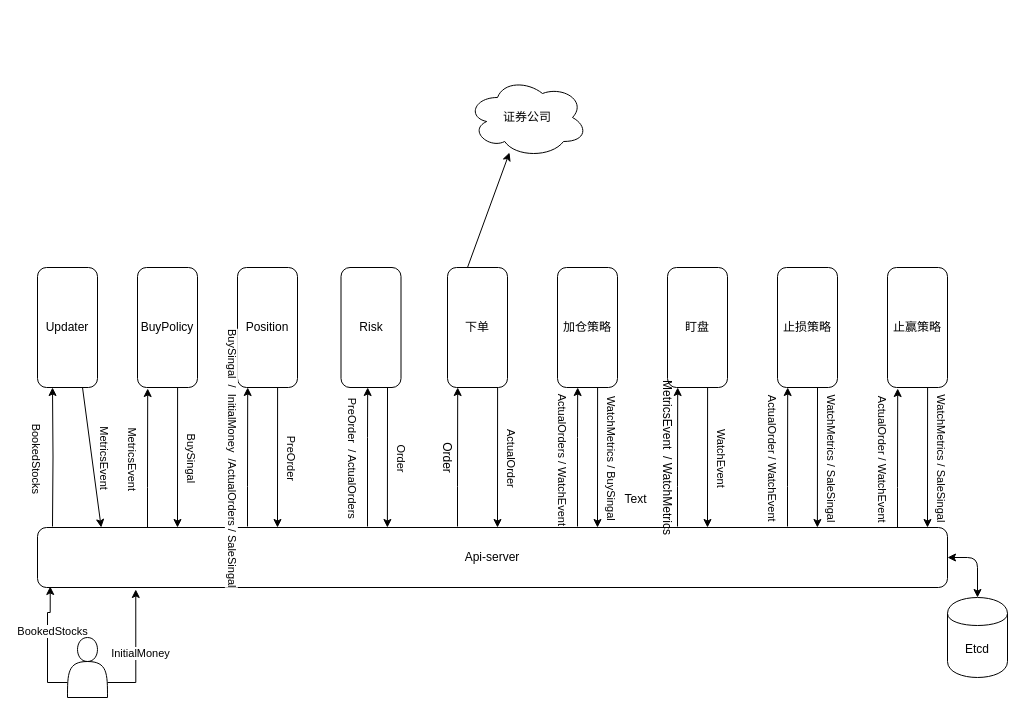
Above: b.drawio in charlesren/eagle (draw.io), before the change. Source tidied: cells renumbered, new cells numbered last; positions are measured from the earlier drawing's top-left corner, leaving out a move shared by most shapes. Both pictures are drawn from the tidied source at 100%, with x=0, y=0 at pixel (37, 77).
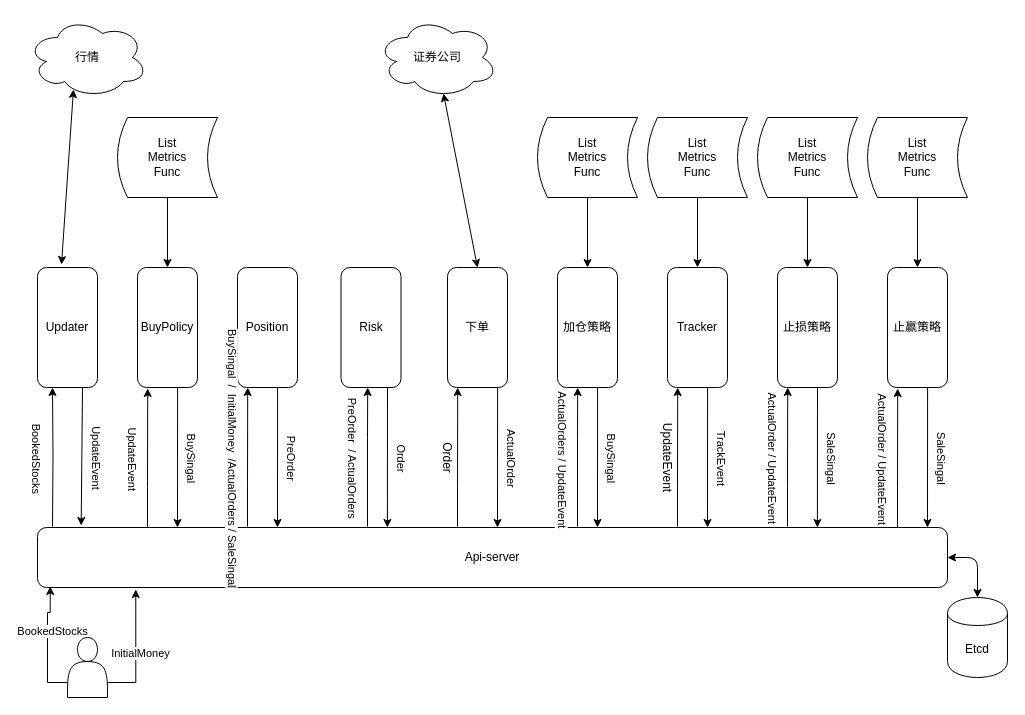
After the change.

The change refers to these unchanged cells:
```xml
<mxCell id="2" value="Updater" style="rounded=1;whiteSpace=wrap;html=1;direction=south;" parent="1" vertex="1">
  <mxGeometry y="190" width="60" height="120" as="geometry" />
</mxCell>
<mxCell id="3" value="BuyPolicy" style="rounded=1;whiteSpace=wrap;html=1;direction=south;" parent="1" vertex="1">
  <mxGeometry x="100" y="190" width="60" height="120" as="geometry" />
</mxCell>
<mxCell id="12" value="Api-server" style="rounded=1;whiteSpace=wrap;html=1;" parent="1" vertex="1">
  <mxGeometry y="450" width="910" height="60" as="geometry" />
</mxCell>
<mxCell id="18" style="edgeStyle=orthogonalEdgeStyle;rounded=0;orthogonalLoop=1;jettySize=auto;html=1;exitX=0.042;exitY=-0.017;exitDx=0;exitDy=0;entryX=1;entryY=0.75;entryDx=0;entryDy=0;exitPerimeter=0;" parent="1" edge="1">
  <mxGeometry relative="1" as="geometry">
    <mxPoint x="110" y="450" as="sourcePoint" />
    <mxPoint x="110.2" y="311" as="targetPoint" />
    <Array as="points">
      <mxPoint x="110" y="410" />
      <mxPoint x="110" y="410" />
    </Array>
  </mxGeometry>
</mxCell>
<mxCell id="30" value="下单" style="rounded=1;whiteSpace=wrap;html=1;direction=south;" parent="1" vertex="1">
  <mxGeometry x="410" y="190" width="60" height="120" as="geometry" />
</mxCell>
<mxCell id="37" value="止赢策略" style="rounded=1;whiteSpace=wrap;html=1;direction=south;" parent="1" vertex="1">
  <mxGeometry x="850" y="190" width="60" height="120" as="geometry" />
</mxCell>
<mxCell id="39" value="止损策略" style="rounded=1;whiteSpace=wrap;html=1;direction=south;" parent="1" vertex="1">
  <mxGeometry x="740" y="190" width="60" height="120" as="geometry" />
</mxCell>
<mxCell id="40" value="加仓策略" style="rounded=1;whiteSpace=wrap;html=1;direction=south;" parent="1" vertex="1">
  <mxGeometry x="520" y="190" width="60" height="120" as="geometry" />
</mxCell>
<mxCell id="41" style="edgeStyle=orthogonalEdgeStyle;rounded=0;orthogonalLoop=1;jettySize=auto;html=1;exitX=0.042;exitY=-0.017;exitDx=0;exitDy=0;entryX=1;entryY=0.75;entryDx=0;entryDy=0;exitPerimeter=0;" parent="1" edge="1">
  <mxGeometry relative="1" as="geometry">
    <mxPoint x="540" y="449" as="sourcePoint" />
    <mxPoint x="540.2" y="310" as="targetPoint" />
    <Array as="points">
      <mxPoint x="540" y="360" />
      <mxPoint x="540" y="360" />
    </Array>
  </mxGeometry>
</mxCell>
<mxCell id="43" style="endArrow=classic;html=1;exitX=1;exitY=0.25;exitDx=0;exitDy=0;entryX=0.093;entryY=0;entryDx=0;entryDy=0;entryPerimeter=0;" parent="1" edge="1">
  <mxGeometry relative="1" as="geometry">
    <mxPoint x="560.1" y="310" as="sourcePoint" />
    <mxPoint x="560" y="450" as="targetPoint" />
  </mxGeometry>
</mxCell>
<mxCell id="47" style="endArrow=classic;html=1;exitX=1;exitY=0.25;exitDx=0;exitDy=0;entryX=0.093;entryY=0;entryDx=0;entryDy=0;entryPerimeter=0;" parent="1" edge="1">
  <mxGeometry relative="1" as="geometry">
    <mxPoint x="670.1" y="310" as="sourcePoint" />
    <mxPoint x="670" y="450" as="targetPoint" />
  </mxGeometry>
</mxCell>
<mxCell id="50" style="edgeStyle=orthogonalEdgeStyle;rounded=0;orthogonalLoop=1;jettySize=auto;html=1;exitX=0.042;exitY=-0.017;exitDx=0;exitDy=0;entryX=1;entryY=0.75;entryDx=0;entryDy=0;exitPerimeter=0;" parent="1" edge="1">
  <mxGeometry relative="1" as="geometry">
    <mxPoint x="750" y="449" as="sourcePoint" />
    <mxPoint x="750.2" y="310" as="targetPoint" />
    <Array as="points">
      <mxPoint x="750" y="409" />
      <mxPoint x="750" y="409" />
    </Array>
  </mxGeometry>
</mxCell>
<mxCell id="52" style="endArrow=classic;html=1;exitX=1;exitY=0.25;exitDx=0;exitDy=0;entryX=0.093;entryY=0;entryDx=0;entryDy=0;entryPerimeter=0;" parent="1" edge="1">
  <mxGeometry relative="1" as="geometry">
    <mxPoint x="780" y="310" as="sourcePoint" />
    <mxPoint x="779.9" y="450" as="targetPoint" />
  </mxGeometry>
</mxCell>
<mxCell id="54" style="edgeStyle=orthogonalEdgeStyle;rounded=0;orthogonalLoop=1;jettySize=auto;html=1;exitX=0.042;exitY=-0.017;exitDx=0;exitDy=0;entryX=1;entryY=0.75;entryDx=0;entryDy=0;exitPerimeter=0;" parent="1" edge="1">
  <mxGeometry relative="1" as="geometry">
    <mxPoint x="860" y="450" as="sourcePoint" />
    <mxPoint x="860.2" y="311" as="targetPoint" />
    <Array as="points">
      <mxPoint x="860" y="410" />
      <mxPoint x="860" y="410" />
    </Array>
  </mxGeometry>
</mxCell>
<mxCell id="56" style="endArrow=classic;html=1;exitX=1;exitY=0.25;exitDx=0;exitDy=0;entryX=0.093;entryY=0;entryDx=0;entryDy=0;entryPerimeter=0;" parent="1" edge="1">
  <mxGeometry relative="1" as="geometry">
    <mxPoint x="890.1" y="310" as="sourcePoint" />
    <mxPoint x="890" y="450" as="targetPoint" />
  </mxGeometry>
</mxCell>
```

The edit, as a diff of the source:
```diff
@@
-    <mxCell id="16" style="endArrow=classic;html=1;exitX=1;exitY=0.25;exitDx=0;exitDy=0;entryX=0.07;entryY=0;entryDx=0;entryDy=0;entryPerimeter=0;" parent="1" edge="1" source="2" target="12">
+    <mxCell id="16" style="endArrow=classic;html=1;exitX=1;exitY=0.25;exitDx=0;exitDy=0;entryX=0.048;entryY=-0.033;entryDx=0;entryDy=0;entryPerimeter=0;" parent="1" edge="1" source="2" target="12">
       <mxGeometry relative="1" as="geometry" />
     </mxCell>
-    <mxCell id="17" value="MetricsEvent" style="edgeLabel;html=1;align=center;verticalAlign=middle;rotation=90;" parent="16" vertex="1">
+    <mxCell id="17" value="UpdateEvent" style="edgeLabel;html=1;align=center;verticalAlign=middle;rotation=90;" parent="16" vertex="1">
       <mxGeometry x="-0.18" y="1" relative="1" as="geometry">
         <mxPoint x="14.1" y="13" as="offset" />
       </mxGeometry>
     </mxCell>
@@
-    <mxCell id="19" value="MetricsEvent" style="edgeLabel;html=1;align=center;verticalAlign=middle;rotation=90;" parent="18" vertex="1">
+    <mxCell id="19" value="UpdateEvent" style="edgeLabel;html=1;align=center;verticalAlign=middle;rotation=90;" parent="18" vertex="1">
       <mxGeometry x="0.02" y="-1" relative="1" as="geometry">
         <mxPoint x="-16" y="1.8" as="offset" />
       </mxGeometry>
     </mxCell>
@@
     <mxCell id="33" value="证券公司" style="ellipse;shape=cloud;whiteSpace=wrap;html=1;" parent="1" vertex="1">
-      <mxGeometry x="430" width="120" height="80" as="geometry" />
+      <mxGeometry x="340" y="-60" width="120" height="80" as="geometry" />
     </mxCell>
-    <mxCell id="34" style="endArrow=classic;html=1;entryX=0.35;entryY=0.938;entryDx=0;entryDy=0;entryPerimeter=0;" parent="1" edge="1" target="33">
-      <mxGeometry relative="1" as="geometry">
-        <mxPoint x="430" y="190" as="sourcePoint" />
-      </mxGeometry>
-    </mxCell>
@@
-    <mxCell id="38" value="盯盘" style="rounded=1;whiteSpace=wrap;html=1;direction=south;" parent="1" vertex="1">
+    <mxCell id="38" value="Tracker" style="rounded=1;whiteSpace=wrap;html=1;direction=south;" parent="1" vertex="1">
       <mxGeometry x="630" y="190" width="60" height="120" as="geometry" />
     </mxCell>
@@
-    <mxCell id="42" value="&amp;nbsp;ActualOrders / WatchEvent" style="edgeLabel;html=1;align=center;verticalAlign=middle;rotation=90;" parent="41" vertex="1">
+    <mxCell id="42" value="&amp;nbsp;ActualOrders / UpdateEvent" style="edgeLabel;html=1;align=center;verticalAlign=middle;rotation=90;" parent="41" vertex="1">
       <mxGeometry x="0.02" y="-1" relative="1" as="geometry">
         <mxPoint x="-16" y="1.8" as="offset" />
       </mxGeometry>
     </mxCell>
@@
-    <mxCell id="44" value="WatchMetrics / BuySingal" style="edgeLabel;html=1;align=center;verticalAlign=middle;rotation=90;" parent="43" vertex="1">
+    <mxCell id="44" value="BuySingal" style="edgeLabel;html=1;align=center;verticalAlign=middle;rotation=90;" parent="43" vertex="1">
       <mxGeometry x="-0.18" y="1" relative="1" as="geometry">
         <mxPoint x="14.1" y="13" as="offset" />
       </mxGeometry>
     </mxCell>
@@
-    <mxCell id="46" value="MetricsEvent&amp;nbsp; / WatchMetrics" style="text;html=1;align=center;verticalAlign=middle;rotation=90;" parent="1" vertex="1">
-      <mxGeometry x="545" y="370" width="170" height="20" as="geometry" />
+    <mxCell id="46" value="UpdateEvent" style="text;html=1;align=center;verticalAlign=middle;rotation=90;" parent="1" vertex="1">
+      <mxGeometry x="590" y="370" width="80" height="20" as="geometry" />
     </mxCell>
@@
-    <mxCell id="48" value="WatchEvent" style="edgeLabel;html=1;align=center;verticalAlign=middle;rotation=90;" parent="47" vertex="1">
+    <mxCell id="48" value="TrackEvent" style="edgeLabel;html=1;align=center;verticalAlign=middle;rotation=90;" parent="47" vertex="1">
       <mxGeometry x="-0.18" y="1" relative="1" as="geometry">
         <mxPoint x="14.1" y="13" as="offset" />
       </mxGeometry>
     </mxCell>
-    <mxCell id="49" value="Text" style="text;html=1;align=center;verticalAlign=middle;" parent="1" vertex="1">
-      <mxGeometry x="578" y="412" width="40" height="20" as="geometry" />
-    </mxCell>
@@
-    <mxCell id="51" value="ActualOrder / WatchEvent" style="edgeLabel;html=1;align=center;verticalAlign=middle;rotation=90;" parent="50" vertex="1">
+    <mxCell id="51" value="ActualOrder / UpdateEvent" style="edgeLabel;html=1;align=center;verticalAlign=middle;rotation=90;" parent="50" vertex="1">
       <mxGeometry x="0.02" y="-1" relative="1" as="geometry">
         <mxPoint x="-16" y="1.8" as="offset" />
       </mxGeometry>
     </mxCell>
@@
-    <mxCell id="53" value="WatchMetrics / SaleSingal" style="edgeLabel;html=1;align=center;verticalAlign=middle;rotation=90;" parent="52" vertex="1">
+    <mxCell id="53" value="SaleSingal" style="edgeLabel;html=1;align=center;verticalAlign=middle;rotation=90;" parent="52" vertex="1">
       <mxGeometry x="-0.18" y="1" relative="1" as="geometry">
         <mxPoint x="14.1" y="13" as="offset" />
       </mxGeometry>
     </mxCell>
@@
-    <mxCell id="55" value="ActualOrder / WatchEvent" style="edgeLabel;html=1;align=center;verticalAlign=middle;rotation=90;" parent="54" vertex="1">
+    <mxCell id="55" value="ActualOrder / UpdateEvent" style="edgeLabel;html=1;align=center;verticalAlign=middle;rotation=90;" parent="54" vertex="1">
       <mxGeometry x="0.02" y="-1" relative="1" as="geometry">
         <mxPoint x="-16" y="1.8" as="offset" />
       </mxGeometry>
     </mxCell>
@@
-    <mxCell id="57" value="WatchMetrics / SaleSingal" style="edgeLabel;html=1;align=center;verticalAlign=middle;rotation=90;" parent="56" vertex="1">
+    <mxCell id="57" value="SaleSingal" style="edgeLabel;html=1;align=center;verticalAlign=middle;rotation=90;" parent="56" vertex="1">
       <mxGeometry x="-0.18" y="1" relative="1" as="geometry">
         <mxPoint x="14.1" y="13" as="offset" />
       </mxGeometry>
     </mxCell>
+    <mxCell id="58" value="行情" style="ellipse;shape=cloud;whiteSpace=wrap;html=1;" parent="1" vertex="1">
+      <mxGeometry x="-10" y="-60" width="120" height="80" as="geometry" />
+    </mxCell>
+    <mxCell id="59" style="endArrow=classic;startArrow=classic;html=1;entryX=0.383;entryY=0.9;entryDx=0;entryDy=0;entryPerimeter=0;exitX=-0.025;exitY=0.6;exitDx=0;exitDy=0;exitPerimeter=0;" parent="1" edge="1" source="2" target="58">
+      <mxGeometry relative="1" as="geometry" />
+    </mxCell>
+    <mxCell id="60" style="endArrow=classic;startArrow=classic;html=1;entryX=0.55;entryY=0.95;entryDx=0;entryDy=0;entryPerimeter=0;exitX=0;exitY=0.5;exitDx=0;exitDy=0;" parent="1" edge="1" source="30" target="33">
+      <mxGeometry relative="1" as="geometry" />
+    </mxCell>
+    <mxCell id="61" style="edgeStyle=orthogonalEdgeStyle;rounded=0;jettySize=auto;html=1;exitX=0.5;exitY=1;exitDx=0;exitDy=0;entryX=0;entryY=0.5;entryDx=0;entryDy=0;" parent="1" edge="1" source="62" target="3">
+      <mxGeometry relative="1" as="geometry" />
+    </mxCell>
+    <mxCell id="62" value="List&lt;br&gt;Metrics&lt;br&gt;Func" style="shape=dataStorage;whiteSpace=wrap;html=1;" parent="1" vertex="1">
+      <mxGeometry x="80" y="40" width="100" height="80" as="geometry" />
+    </mxCell>
+    <mxCell id="63" value="List&lt;br&gt;Metrics&lt;br&gt;Func" style="shape=dataStorage;whiteSpace=wrap;html=1;" parent="1" vertex="1">
+      <mxGeometry x="500" y="40" width="100" height="80" as="geometry" />
+    </mxCell>
+    <mxCell id="64" style="edgeStyle=orthogonalEdgeStyle;rounded=0;jettySize=auto;html=1;exitX=0.5;exitY=1;exitDx=0;exitDy=0;entryX=0;entryY=0.5;entryDx=0;entryDy=0;" parent="1" edge="1" source="63" target="40">
+      <mxGeometry relative="1" as="geometry" />
+    </mxCell>
+    <mxCell id="65" value="List&lt;br&gt;Metrics&lt;br&gt;Func" style="shape=dataStorage;whiteSpace=wrap;html=1;" parent="1" vertex="1">
+      <mxGeometry x="610" y="40" width="100" height="80" as="geometry" />
+    </mxCell>
+    <mxCell id="66" style="edgeStyle=orthogonalEdgeStyle;rounded=0;jettySize=auto;html=1;exitX=0.5;exitY=1;exitDx=0;exitDy=0;entryX=0;entryY=0.5;entryDx=0;entryDy=0;" parent="1" edge="1" source="65" target="38">
+      <mxGeometry relative="1" as="geometry" />
+    </mxCell>
+    <mxCell id="67" value="List&lt;br&gt;Metrics&lt;br&gt;Func" style="shape=dataStorage;whiteSpace=wrap;html=1;" parent="1" vertex="1">
+      <mxGeometry x="720" y="40" width="100" height="80" as="geometry" />
+    </mxCell>
+    <mxCell id="68" style="edgeStyle=orthogonalEdgeStyle;rounded=0;jettySize=auto;html=1;exitX=0.5;exitY=1;exitDx=0;exitDy=0;entryX=0;entryY=0.5;entryDx=0;entryDy=0;" parent="1" edge="1" source="67" target="39">
+      <mxGeometry relative="1" as="geometry" />
+    </mxCell>
+    <mxCell id="69" value="List&lt;br&gt;Metrics&lt;br&gt;Func" style="shape=dataStorage;whiteSpace=wrap;html=1;" parent="1" vertex="1">
+      <mxGeometry x="830" y="40" width="100" height="80" as="geometry" />
+    </mxCell>
+    <mxCell id="70" style="edgeStyle=orthogonalEdgeStyle;rounded=0;jettySize=auto;html=1;exitX=0.5;exitY=1;exitDx=0;exitDy=0;entryX=0;entryY=0.5;entryDx=0;entryDy=0;" parent="1" edge="1" source="69" target="37">
+      <mxGeometry relative="1" as="geometry" />
+    </mxCell>
```
